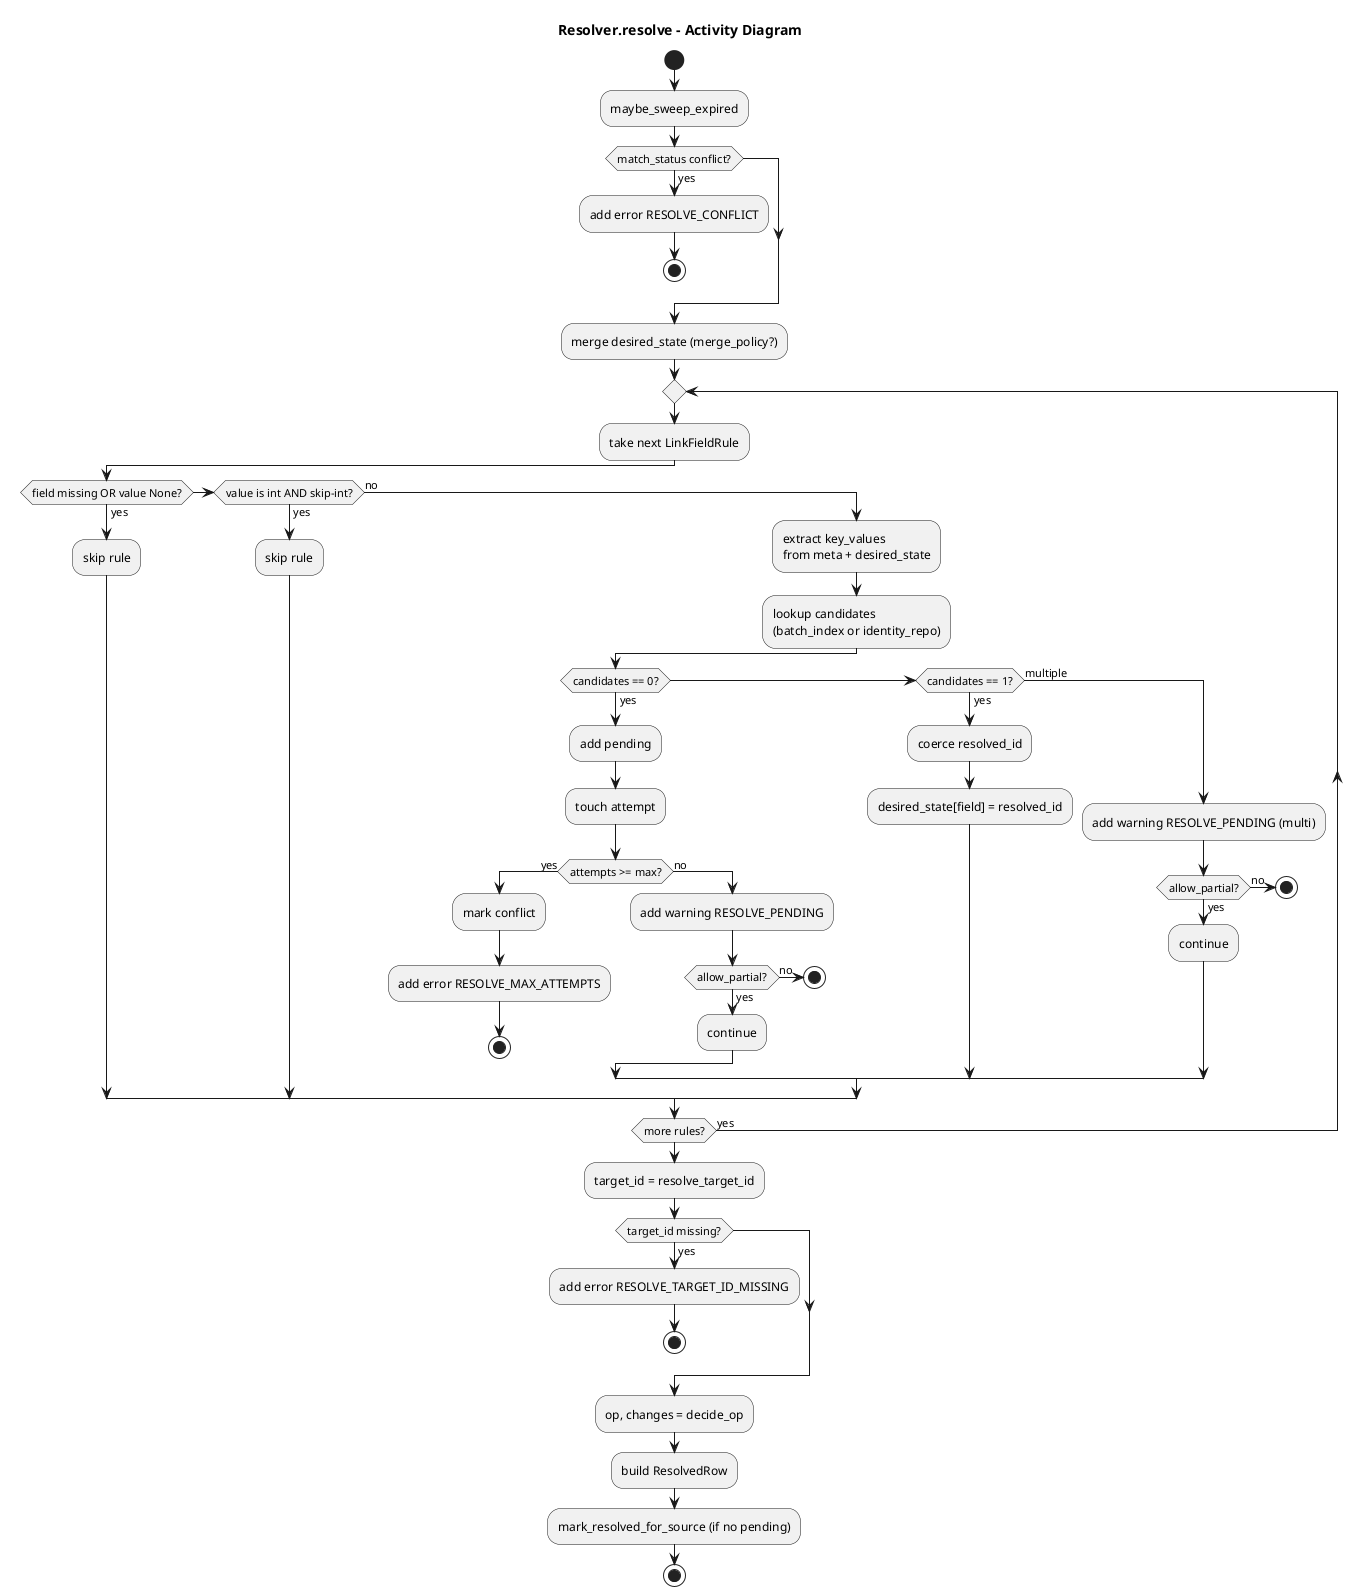
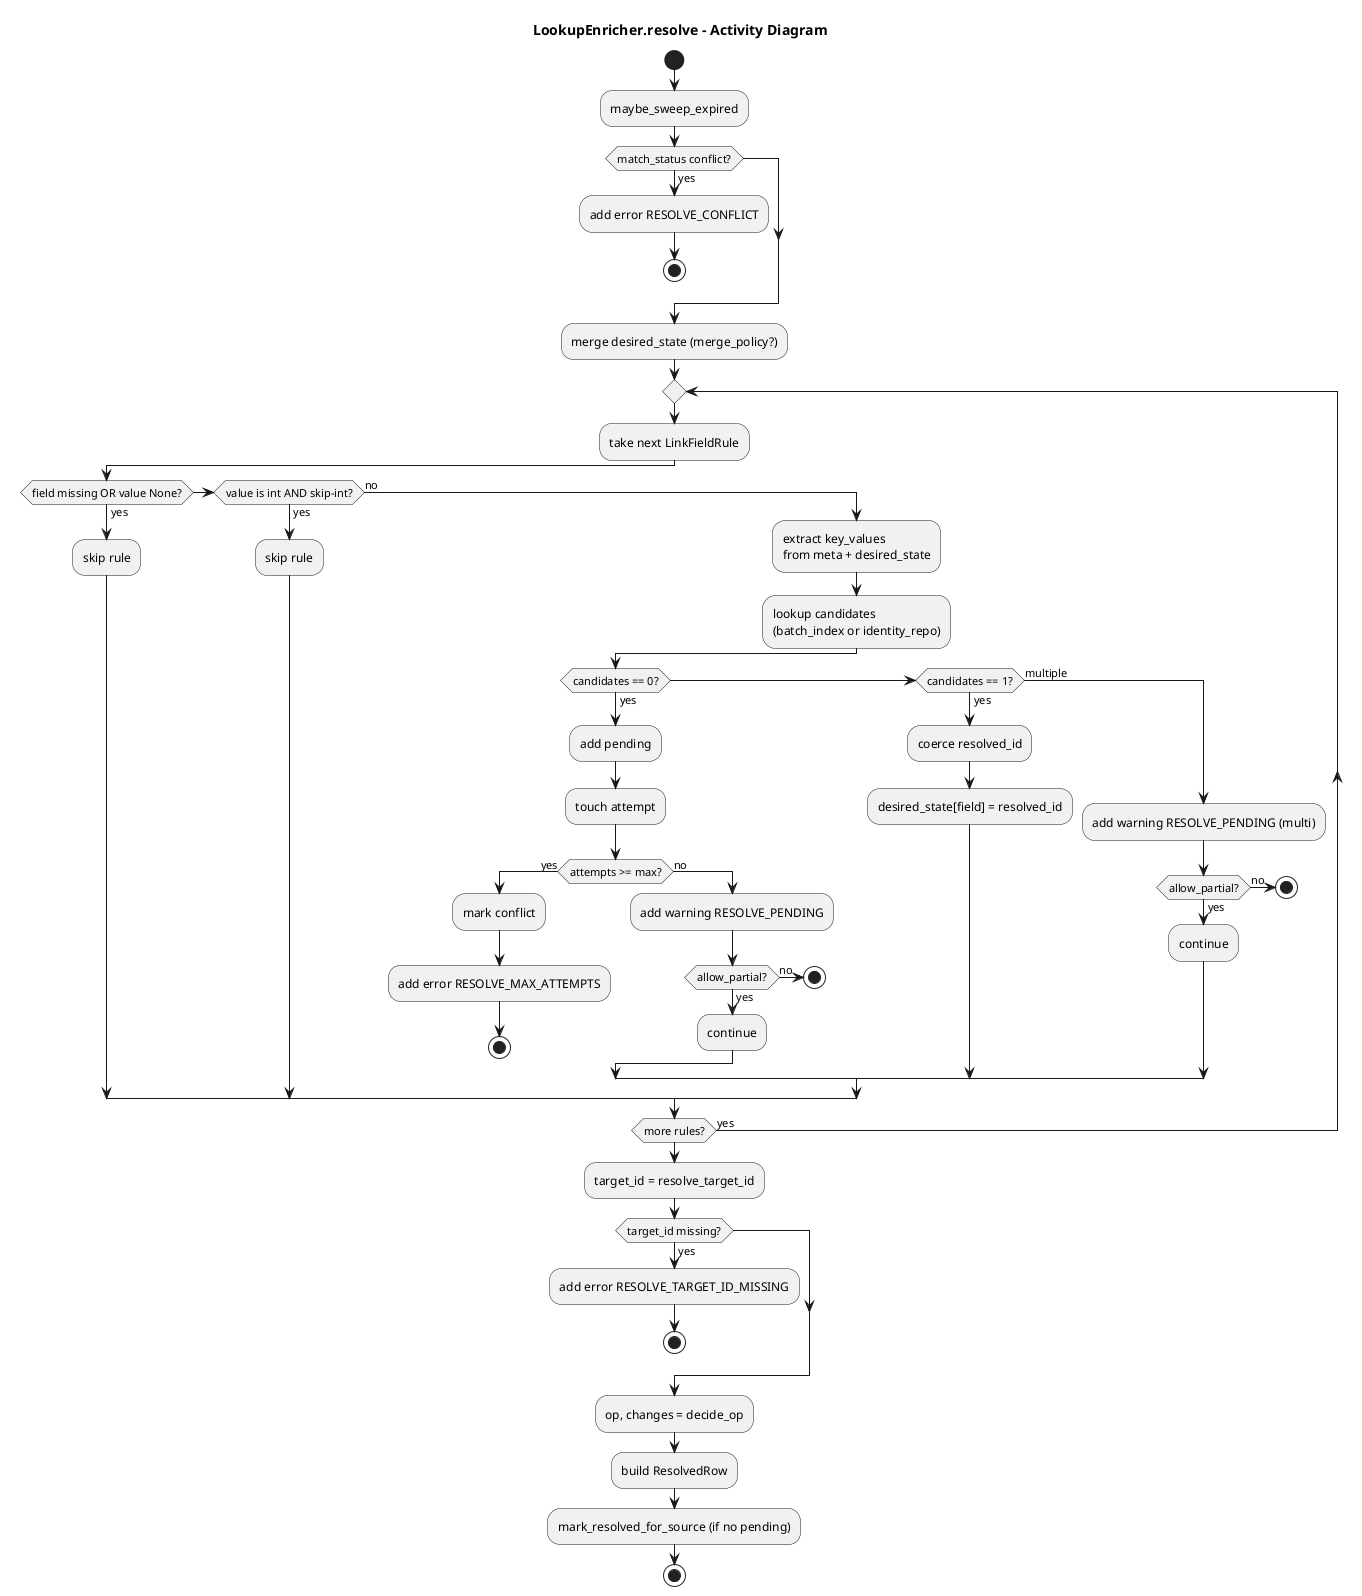
@startuml
- title Resolver.resolve - Activity Diagram
+ title LookupEnricher.resolve - Activity Diagram

start
:maybe_sweep_expired;

if (match_status conflict?) then (yes)
  :add error RESOLVE_CONFLICT;
  stop
endif

:merge desired_state (merge_policy?);

repeat
  :take next LinkFieldRule;
  if (field missing OR value None?) then (yes)
    :skip rule;
  elseif (value is int AND skip-int?) then (yes)
    :skip rule;
  else (no)
    :extract key_values
from meta + desired_state;
    :lookup candidates
(batch_index or identity_repo);
    if (candidates == 0?) then (yes)
      :add pending;
      :touch attempt;
      if (attempts >= max?) then (yes)
        :mark conflict;
        :add error RESOLVE_MAX_ATTEMPTS;
        stop
      else (no)
        :add warning RESOLVE_PENDING;
        if (allow_partial?) then (yes)
          :continue;
        else (no)
          stop
        endif
      endif
    elseif (candidates == 1?) then (yes)
      :coerce resolved_id;
      :desired_state[field] = resolved_id;
    else (multiple)
      :add warning RESOLVE_PENDING (multi);
      if (allow_partial?) then (yes)
        :continue;
      else (no)
        stop
      endif
    endif
  endif
repeat while (more rules?) is (yes)

:target_id = resolve_target_id;
if (target_id missing?) then (yes)
  :add error RESOLVE_TARGET_ID_MISSING;
  stop
endif

:op, changes = decide_op;
:build ResolvedRow;
:mark_resolved_for_source (if no pending);
stop

@enduml
